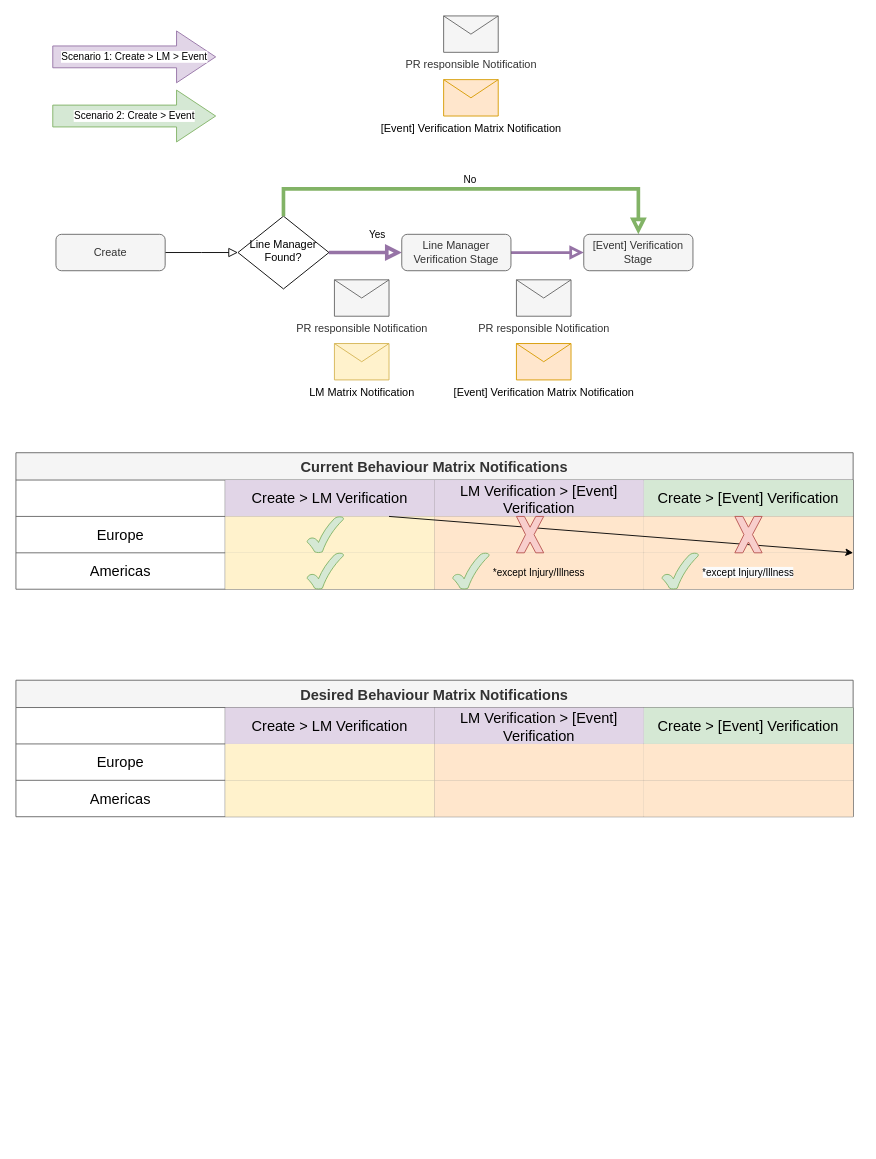
This is Event_management_matrix_notifications.drawio from MassiveSnake/draw_io_flowcharts, a draw.io file, before an edit. Source tidied: cells renumbered, new cells numbered last; positions are measured from the earlier drawing's top-left corner, leaving out a move shared by most shapes. Both pictures are drawn from the tidied source at 91%, with x=0, y=0 at pixel (15, 15).
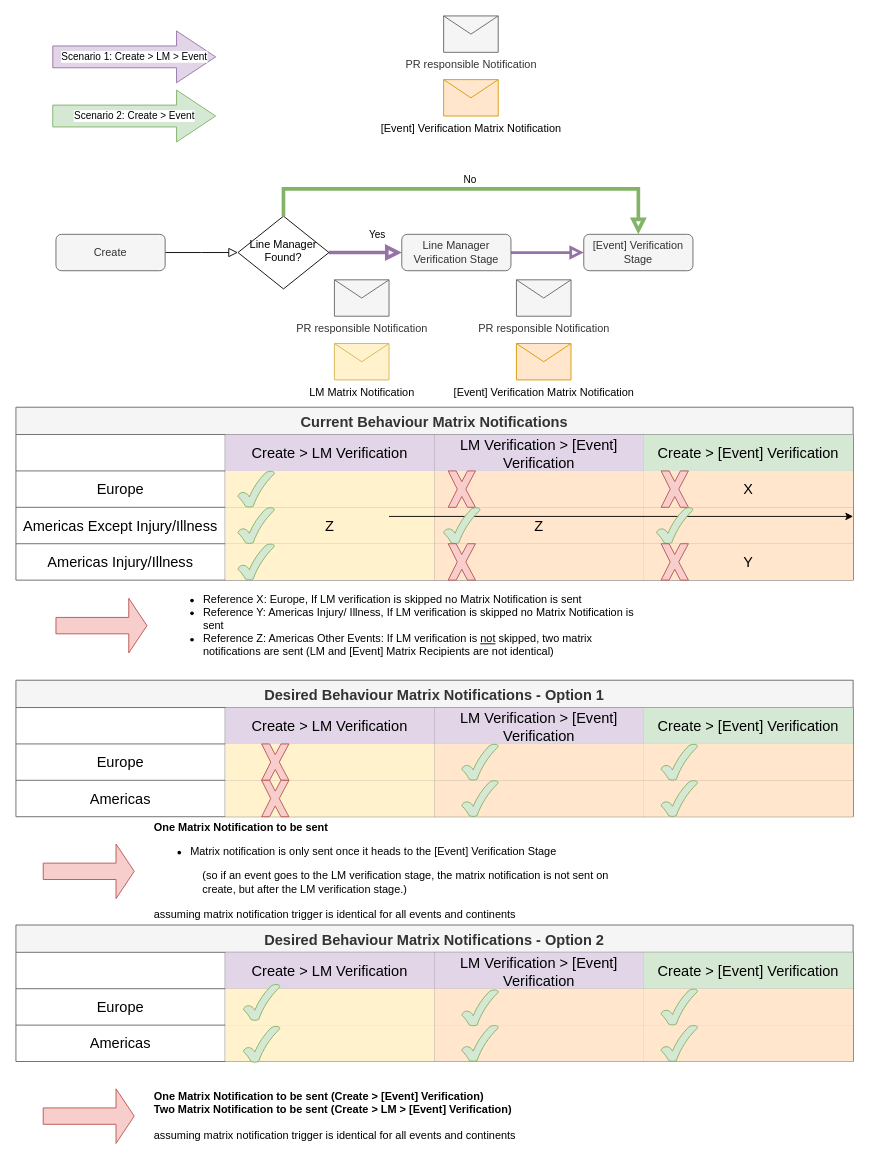
The same page after the edit.

The change refers to these unchanged cells:
```xml
<mxCell id="22" style="shape=tableRow;horizontal=0;startSize=0;swimlaneHead=0;swimlaneBody=0;strokeColor=inherit;top=0;left=0;bottom=0;right=0;fillColor=none;fontSize=16;" parent="16" vertex="1">
  <mxGeometry y="70" width="920" height="40" as="geometry" />
</mxCell>
<mxCell id="27" style="shape=tableRow;horizontal=0;startSize=0;swimlaneHead=0;swimlaneBody=0;strokeColor=inherit;top=0;left=0;bottom=0;right=0;fillColor=none;fontSize=16;" parent="16" vertex="1">
  <mxGeometry y="110" width="920" height="40" as="geometry" />
</mxCell>
```

What changed in the source:
```diff
@@
     <mxCell id="16" value="Current Behaviour Matrix Notifications" style="shape=table;startSize=30;childLayout=tableLayout;strokeColor=#666666;fontSize=16;fillColor=#f5f5f5;fontColor=#333333;fontStyle=1;" parent="1" vertex="1">
-      <mxGeometry y="480" width="920" height="150" as="geometry" />
+      <mxGeometry y="430" width="920" height="190" as="geometry" />
     </mxCell>
@@
-    <mxCell id="26" style="shape=partialRectangle;html=1;whiteSpace=wrap;strokeColor=#d79b00;overflow=hidden;fillColor=#ffe6cc;top=0;left=0;bottom=0;right=0;fontSize=16;" parent="22" vertex="1">
+    <mxCell id="26" value="X" style="shape=partialRectangle;html=1;whiteSpace=wrap;strokeColor=#d79b00;overflow=hidden;fillColor=#ffe6cc;top=0;left=0;bottom=0;right=0;fontSize=16;" parent="22" vertex="1">
       <mxGeometry x="690" width="230" height="40" as="geometry" />
     </mxCell>
@@
-    <mxCell id="28" value="Americas" style="shape=partialRectangle;html=1;whiteSpace=wrap;strokeColor=inherit;overflow=hidden;fillColor=none;top=0;left=0;bottom=0;right=0;fontSize=16;" parent="27" vertex="1">
+    <mxCell id="28" value="Americas Except Injury/Illness" style="shape=partialRectangle;html=1;whiteSpace=wrap;strokeColor=inherit;overflow=hidden;fillColor=none;top=0;left=0;bottom=0;right=0;fontSize=16;" parent="27" vertex="1">
       <mxGeometry width="230" height="40" as="geometry" />
     </mxCell>
-    <mxCell id="29" style="shape=partialRectangle;html=1;whiteSpace=wrap;strokeColor=#d6b656;overflow=hidden;fillColor=#fff2cc;top=0;left=0;bottom=0;right=0;fontSize=16;" parent="27" vertex="1">
+    <mxCell id="29" value="Z" style="shape=partialRectangle;html=1;whiteSpace=wrap;strokeColor=#d6b656;overflow=hidden;fillColor=#fff2cc;top=0;left=0;bottom=0;right=0;fontSize=16;" parent="27" vertex="1">
       <mxGeometry x="230" width="230" height="40" as="geometry" />
     </mxCell>
-    <mxCell id="30" value="&lt;font style=&quot;font-size: 11px;&quot;&gt;*except Injury/Illness&lt;/font&gt;" style="shape=partialRectangle;html=1;whiteSpace=wrap;strokeColor=#d79b00;overflow=hidden;fillColor=#ffe6cc;top=0;left=0;bottom=0;right=0;fontSize=16;" parent="27" vertex="1">
+    <mxCell id="30" value="Z" style="shape=partialRectangle;html=1;whiteSpace=wrap;strokeColor=#d79b00;overflow=hidden;fillColor=#ffe6cc;top=0;left=0;bottom=0;right=0;fontSize=16;" parent="27" vertex="1">
       <mxGeometry x="460" width="230" height="40" as="geometry" />
     </mxCell>
-    <mxCell id="31" value="&lt;span style=&quot;color: rgb(0, 0, 0); font-family: Helvetica; font-size: 11px; font-style: normal; font-variant-ligatures: normal; font-variant-caps: normal; font-weight: 400; letter-spacing: normal; orphans: 2; text-align: center; text-indent: 0px; text-transform: none; widows: 2; word-spacing: 0px; -webkit-text-stroke-width: 0px; background-color: rgb(251, 251, 251); text-decoration-thickness: initial; text-decoration-style: initial; text-decoration-color: initial; float: none; display: inline !important;&quot;&gt;*except Injury/Illness&lt;/span&gt;" style="shape=partialRectangle;html=1;whiteSpace=wrap;strokeColor=#d79b00;overflow=hidden;fillColor=#ffe6cc;top=0;left=0;bottom=0;right=0;fontSize=16;" parent="27" vertex="1">
+    <mxCell id="31" style="shape=partialRectangle;html=1;whiteSpace=wrap;strokeColor=#d79b00;overflow=hidden;fillColor=#ffe6cc;top=0;left=0;bottom=0;right=0;fontSize=16;" parent="27" vertex="1">
       <mxGeometry x="690" width="230" height="40" as="geometry" />
     </mxCell>
@@
+    <mxCell id="60" style="shape=tableRow;horizontal=0;startSize=0;swimlaneHead=0;swimlaneBody=0;strokeColor=inherit;top=0;left=0;bottom=0;right=0;fillColor=none;fontSize=16;" parent="16" vertex="1">
+      <mxGeometry y="150" width="920" height="40" as="geometry" />
+    </mxCell>
+    <mxCell id="61" value="Americas Injury/Illness" style="shape=partialRectangle;html=1;whiteSpace=wrap;strokeColor=inherit;overflow=hidden;fillColor=none;top=0;left=0;bottom=0;right=0;fontSize=16;" parent="60" vertex="1">
+      <mxGeometry width="230" height="40" as="geometry" />
+    </mxCell>
+    <mxCell id="62" style="shape=partialRectangle;html=1;whiteSpace=wrap;strokeColor=#d6b656;overflow=hidden;fillColor=#fff2cc;top=0;left=0;bottom=0;right=0;fontSize=16;" parent="60" vertex="1">
+      <mxGeometry x="230" width="230" height="40" as="geometry" />
+    </mxCell>
+    <mxCell id="63" style="shape=partialRectangle;html=1;whiteSpace=wrap;strokeColor=#d79b00;overflow=hidden;fillColor=#ffe6cc;top=0;left=0;bottom=0;right=0;fontSize=16;" parent="60" vertex="1">
+      <mxGeometry x="460" width="230" height="40" as="geometry" />
+    </mxCell>
+    <mxCell id="64" value="Y" style="shape=partialRectangle;html=1;whiteSpace=wrap;strokeColor=#d79b00;overflow=hidden;fillColor=#ffe6cc;top=0;left=0;bottom=0;right=0;fontSize=16;" parent="60" vertex="1">
+      <mxGeometry x="690" width="230" height="40" as="geometry" />
+    </mxCell>
+    <mxCell id="65" style="verticalLabelPosition=bottom;verticalAlign=top;html=1;shape=mxgraph.basic.tick;" parent="60" vertex="1">
+      <mxGeometry x="920" height="40" as="geometry" />
+    </mxCell>
@@
     <mxCell id="34" style="verticalLabelPosition=bottom;verticalAlign=top;html=1;shape=mxgraph.basic.tick;fillColor=#d5e8d4;strokeColor=#82b366;" parent="1" vertex="1">
-      <mxGeometry x="320" y="550" width="40" height="40" as="geometry" />
+      <mxGeometry x="244" y="500" width="40" height="40" as="geometry" />
     </mxCell>
     <mxCell id="35" style="verticalLabelPosition=bottom;verticalAlign=top;html=1;shape=mxgraph.basic.x;fillColor=#f8cecc;strokeColor=#b85450;" parent="1" vertex="1">
-      <mxGeometry x="550" y="550" width="30" height="40" as="geometry" />
+      <mxGeometry x="475" y="500" width="30" height="40" as="geometry" />
     </mxCell>
     <mxCell id="36" style="verticalLabelPosition=bottom;verticalAlign=top;html=1;shape=mxgraph.basic.x;fillColor=#f8cecc;strokeColor=#b85450;" parent="1" vertex="1">
-      <mxGeometry x="790" y="550" width="30" height="40" as="geometry" />
+      <mxGeometry x="709" y="500" width="30" height="40" as="geometry" />
     </mxCell>
     <mxCell id="37" style="verticalLabelPosition=bottom;verticalAlign=top;html=1;shape=mxgraph.basic.tick;fillColor=#d5e8d4;strokeColor=#82b366;" parent="1" vertex="1">
-      <mxGeometry x="320" y="590" width="40" height="40" as="geometry" />
+      <mxGeometry x="244" y="540" width="40" height="40" as="geometry" />
     </mxCell>
     <mxCell id="38" style="verticalLabelPosition=bottom;verticalAlign=top;html=1;shape=mxgraph.basic.tick;fillColor=#d5e8d4;strokeColor=#82b366;" parent="1" vertex="1">
-      <mxGeometry x="480" y="590" width="40" height="40" as="geometry" />
+      <mxGeometry x="470" y="540" width="40" height="40" as="geometry" />
     </mxCell>
     <mxCell id="39" style="verticalLabelPosition=bottom;verticalAlign=top;html=1;shape=mxgraph.basic.tick;fillColor=#d5e8d4;strokeColor=#82b366;" parent="1" vertex="1">
-      <mxGeometry x="710" y="590" width="40" height="40" as="geometry" />
+      <mxGeometry x="704" y="540" width="40" height="40" as="geometry" />
     </mxCell>
@@
-    <mxCell id="43" value="Desired Behaviour Matrix Notifications" style="shape=table;startSize=30;childLayout=tableLayout;strokeColor=#666666;fontSize=16;fillColor=#f5f5f5;fontColor=#333333;fontStyle=1;" parent="1" vertex="1">
+    <mxCell id="43" value="Desired Behaviour Matrix Notifications - Option 1" style="shape=table;startSize=30;childLayout=tableLayout;strokeColor=#666666;fontSize=16;fillColor=#f5f5f5;fontColor=#333333;fontStyle=1;" parent="1" vertex="1">
       <mxGeometry y="730" width="920" height="150" as="geometry" />
     </mxCell>
@@
+    <mxCell id="66" style="shape=singleArrow;whiteSpace=wrap;html=1;fillColor=#f8cecc;strokeColor=#b85450;" parent="1" vertex="1">
+      <mxGeometry x="44" y="640" width="100" height="60" as="geometry" />
+    </mxCell>
+    <mxCell id="67" value="&lt;ul&gt;&lt;li&gt;Reference X: Europe, If LM verification is skipped no Matrix Notification is sent&lt;/li&gt;&lt;li&gt;Reference Y: Americas Injury/ Illness, If LM verification is skipped no Matrix Notification is sent&lt;/li&gt;&lt;li&gt;Reference Z: Americas Other Events: If LM verification is &lt;u&gt;not&lt;/u&gt;&amp;nbsp;skipped, two matrix notifications are sent (LM and [Event] Matrix Recipients are not identical)&lt;/li&gt;&lt;/ul&gt;" style="text;strokeColor=none;align=left;fillColor=none;html=1;verticalAlign=middle;whiteSpace=wrap;rounded=0;" parent="1" vertex="1">
+      <mxGeometry x="164" y="640" width="530" height="60" as="geometry" />
+    </mxCell>
+    <mxCell id="68" style="verticalLabelPosition=bottom;verticalAlign=top;html=1;shape=mxgraph.basic.tick;fillColor=#d5e8d4;strokeColor=#82b366;" parent="1" vertex="1">
+      <mxGeometry x="244" y="580" width="40" height="40" as="geometry" />
+    </mxCell>
+    <mxCell id="69" style="verticalLabelPosition=bottom;verticalAlign=top;html=1;shape=mxgraph.basic.x;fillColor=#f8cecc;strokeColor=#b85450;" parent="1" vertex="1">
+      <mxGeometry x="475" y="580" width="30" height="40" as="geometry" />
+    </mxCell>
+    <mxCell id="70" style="verticalLabelPosition=bottom;verticalAlign=top;html=1;shape=mxgraph.basic.x;fillColor=#f8cecc;strokeColor=#b85450;" parent="1" vertex="1">
+      <mxGeometry x="709" y="580" width="30" height="40" as="geometry" />
+    </mxCell>
+    <mxCell id="71" style="verticalLabelPosition=bottom;verticalAlign=top;html=1;shape=mxgraph.basic.tick;fillColor=#d5e8d4;strokeColor=#82b366;" parent="1" vertex="1">
+      <mxGeometry x="709" y="800" width="40" height="40" as="geometry" />
+    </mxCell>
+    <mxCell id="72" style="verticalLabelPosition=bottom;verticalAlign=top;html=1;shape=mxgraph.basic.tick;fillColor=#d5e8d4;strokeColor=#82b366;" parent="1" vertex="1">
+      <mxGeometry x="709" y="840" width="40" height="40" as="geometry" />
+    </mxCell>
+    <mxCell id="73" style="verticalLabelPosition=bottom;verticalAlign=top;html=1;shape=mxgraph.basic.tick;fillColor=#d5e8d4;strokeColor=#82b366;" parent="1" vertex="1">
+      <mxGeometry x="490" y="840" width="40" height="40" as="geometry" />
+    </mxCell>
+    <mxCell id="74" style="verticalLabelPosition=bottom;verticalAlign=top;html=1;shape=mxgraph.basic.tick;fillColor=#d5e8d4;strokeColor=#82b366;" parent="1" vertex="1">
+      <mxGeometry x="490" y="800" width="40" height="40" as="geometry" />
+    </mxCell>
+    <mxCell id="75" style="verticalLabelPosition=bottom;verticalAlign=top;html=1;shape=mxgraph.basic.x;fillColor=#f8cecc;strokeColor=#b85450;" parent="1" vertex="1">
+      <mxGeometry x="270" y="800" width="30" height="40" as="geometry" />
+    </mxCell>
+    <mxCell id="76" style="verticalLabelPosition=bottom;verticalAlign=top;html=1;shape=mxgraph.basic.x;fillColor=#f8cecc;strokeColor=#b85450;" parent="1" vertex="1">
+      <mxGeometry x="270" y="840" width="30" height="40" as="geometry" />
+    </mxCell>
+    <mxCell id="77" style="shape=singleArrow;whiteSpace=wrap;html=1;fillColor=#f8cecc;strokeColor=#b85450;" parent="1" vertex="1">
+      <mxGeometry x="30" y="910" width="100" height="60" as="geometry" />
+    </mxCell>
+    <mxCell id="78" value="&lt;div&gt;&lt;b&gt;One Matrix Notification to be sent&amp;nbsp;&lt;/b&gt;&lt;/div&gt;&lt;ul&gt;&lt;li&gt;Matrix notification is only sent once it heads to the [Event] Verification Stage&lt;/li&gt;&lt;/ul&gt;&lt;span style=&quot;white-space: pre;&quot;&gt;&#9;&lt;/span&gt;&lt;span style=&quot;white-space: pre;&quot;&gt;&#9;&lt;/span&gt;(so if an event goes to the LM verification stage, the matrix notification is not sent on &lt;span style=&quot;white-space: pre;&quot;&gt;&#9;&lt;/span&gt;&lt;span style=&quot;white-space: pre;&quot;&gt;&#9;&lt;/span&gt;create, but after the LM verification stage.)&lt;br&gt;&lt;br&gt;assuming matrix notification trigger is identical for all events and continents" style="text;strokeColor=none;align=left;fillColor=none;html=1;verticalAlign=middle;whiteSpace=wrap;rounded=0;" parent="1" vertex="1">
+      <mxGeometry x="150" y="910" width="530" height="60" as="geometry" />
+    </mxCell>
+    <mxCell id="79" value="Desired Behaviour Matrix Notifications - Option 2" style="shape=table;startSize=30;childLayout=tableLayout;strokeColor=#666666;fontSize=16;fillColor=#f5f5f5;fontColor=#333333;fontStyle=1;" parent="1" vertex="1">
+      <mxGeometry y="999" width="920" height="150" as="geometry" />
+    </mxCell>
+    <mxCell id="80" style="shape=tableRow;horizontal=0;startSize=0;swimlaneHead=0;swimlaneBody=0;strokeColor=inherit;top=0;left=0;bottom=0;right=0;fillColor=none;fontSize=16;" parent="79" vertex="1">
+      <mxGeometry y="30" width="920" height="40" as="geometry" />
+    </mxCell>
+    <mxCell id="81" style="shape=partialRectangle;html=1;whiteSpace=wrap;strokeColor=inherit;overflow=hidden;fillColor=none;top=0;left=0;bottom=0;right=0;fontSize=16;fontStyle=1;" parent="80" vertex="1">
+      <mxGeometry width="230" height="40" as="geometry" />
+    </mxCell>
+    <mxCell id="82" value="Create &amp;gt; LM Verification" style="shape=partialRectangle;html=1;whiteSpace=wrap;strokeColor=#9673a6;overflow=hidden;fillColor=#e1d5e7;top=0;left=0;bottom=0;right=0;fontSize=16;" parent="80" vertex="1">
+      <mxGeometry x="230" width="230" height="40" as="geometry" />
+    </mxCell>
+    <mxCell id="83" value="LM Verification &amp;gt; [Event] Verification" style="shape=partialRectangle;html=1;whiteSpace=wrap;strokeColor=#9673a6;overflow=hidden;fillColor=#e1d5e7;top=0;left=0;bottom=0;right=0;fontSize=16;" parent="80" vertex="1">
+      <mxGeometry x="460" width="230" height="40" as="geometry" />
+    </mxCell>
+    <mxCell id="84" value="Create &amp;gt; [Event] Verification" style="shape=partialRectangle;html=1;whiteSpace=wrap;strokeColor=#82b366;overflow=hidden;fillColor=#d5e8d4;top=0;left=0;bottom=0;right=0;fontSize=16;" parent="80" vertex="1">
+      <mxGeometry x="690" width="230" height="40" as="geometry" />
+    </mxCell>
+    <mxCell id="85" style="shape=tableRow;horizontal=0;startSize=0;swimlaneHead=0;swimlaneBody=0;strokeColor=inherit;top=0;left=0;bottom=0;right=0;fillColor=none;fontSize=16;" parent="79" vertex="1">
+      <mxGeometry y="70" width="920" height="40" as="geometry" />
+    </mxCell>
+    <mxCell id="86" value="Europe" style="shape=partialRectangle;html=1;whiteSpace=wrap;strokeColor=inherit;overflow=hidden;fillColor=none;top=0;left=0;bottom=0;right=0;fontSize=16;" parent="85" vertex="1">
+      <mxGeometry width="230" height="40" as="geometry" />
+    </mxCell>
+    <mxCell id="87" style="shape=partialRectangle;html=1;whiteSpace=wrap;strokeColor=#d6b656;overflow=hidden;fillColor=#fff2cc;top=0;left=0;bottom=0;right=0;fontSize=16;" parent="85" vertex="1">
+      <mxGeometry x="230" width="230" height="40" as="geometry" />
+    </mxCell>
+    <mxCell id="88" style="shape=partialRectangle;html=1;whiteSpace=wrap;strokeColor=#d79b00;overflow=hidden;fillColor=#ffe6cc;top=0;left=0;bottom=0;right=0;fontSize=16;" parent="85" vertex="1">
+      <mxGeometry x="460" width="230" height="40" as="geometry" />
+    </mxCell>
+    <mxCell id="89" style="shape=partialRectangle;html=1;whiteSpace=wrap;strokeColor=#d79b00;overflow=hidden;fillColor=#ffe6cc;top=0;left=0;bottom=0;right=0;fontSize=16;" parent="85" vertex="1">
+      <mxGeometry x="690" width="230" height="40" as="geometry" />
+    </mxCell>
+    <mxCell id="90" style="shape=tableRow;horizontal=0;startSize=0;swimlaneHead=0;swimlaneBody=0;strokeColor=inherit;top=0;left=0;bottom=0;right=0;fillColor=none;fontSize=16;" parent="79" vertex="1">
+      <mxGeometry y="110" width="920" height="40" as="geometry" />
+    </mxCell>
+    <mxCell id="91" value="Americas" style="shape=partialRectangle;html=1;whiteSpace=wrap;strokeColor=inherit;overflow=hidden;fillColor=none;top=0;left=0;bottom=0;right=0;fontSize=16;" parent="90" vertex="1">
+      <mxGeometry width="230" height="40" as="geometry" />
+    </mxCell>
+    <mxCell id="92" style="shape=partialRectangle;html=1;whiteSpace=wrap;strokeColor=#d6b656;overflow=hidden;fillColor=#fff2cc;top=0;left=0;bottom=0;right=0;fontSize=16;" parent="90" vertex="1">
+      <mxGeometry x="230" width="230" height="40" as="geometry" />
+    </mxCell>
+    <mxCell id="93" style="shape=partialRectangle;html=1;whiteSpace=wrap;strokeColor=#d79b00;overflow=hidden;fillColor=#ffe6cc;top=0;left=0;bottom=0;right=0;fontSize=16;" parent="90" vertex="1">
+      <mxGeometry x="460" width="230" height="40" as="geometry" />
+    </mxCell>
+    <mxCell id="94" style="shape=partialRectangle;html=1;whiteSpace=wrap;strokeColor=#d79b00;overflow=hidden;fillColor=#ffe6cc;top=0;left=0;bottom=0;right=0;fontSize=16;" parent="90" vertex="1">
+      <mxGeometry x="690" width="230" height="40" as="geometry" />
+    </mxCell>
+    <mxCell id="95" style="verticalLabelPosition=bottom;verticalAlign=top;html=1;shape=mxgraph.basic.tick;" parent="90" vertex="1">
+      <mxGeometry x="920" height="40" as="geometry" />
+    </mxCell>
+    <mxCell id="96" style="verticalLabelPosition=bottom;verticalAlign=top;html=1;shape=mxgraph.basic.tick;fillColor=#d5e8d4;strokeColor=#82b366;" parent="1" vertex="1">
+      <mxGeometry x="709" y="1069" width="40" height="40" as="geometry" />
+    </mxCell>
+    <mxCell id="97" style="verticalLabelPosition=bottom;verticalAlign=top;html=1;shape=mxgraph.basic.tick;fillColor=#d5e8d4;strokeColor=#82b366;" parent="1" vertex="1">
+      <mxGeometry x="709" y="1109" width="40" height="40" as="geometry" />
+    </mxCell>
+    <mxCell id="98" style="verticalLabelPosition=bottom;verticalAlign=top;html=1;shape=mxgraph.basic.tick;fillColor=#d5e8d4;strokeColor=#82b366;" parent="1" vertex="1">
+      <mxGeometry x="490" y="1109" width="40" height="40" as="geometry" />
+    </mxCell>
+    <mxCell id="99" style="verticalLabelPosition=bottom;verticalAlign=top;html=1;shape=mxgraph.basic.tick;fillColor=#d5e8d4;strokeColor=#82b366;" parent="1" vertex="1">
+      <mxGeometry x="250" y="1064" width="40" height="40" as="geometry" />
+    </mxCell>
+    <mxCell id="100" style="shape=singleArrow;whiteSpace=wrap;html=1;fillColor=#f8cecc;strokeColor=#b85450;" parent="1" vertex="1">
+      <mxGeometry x="30" y="1179" width="100" height="60" as="geometry" />
+    </mxCell>
+    <mxCell id="101" value="&lt;div&gt;&lt;b&gt;One Matrix Notification to be sent (Create &amp;gt; [Event] Verification)&lt;/b&gt;&lt;/div&gt;&lt;div&gt;&lt;b&gt;Two Matrix Notification to be sent (Create &amp;gt; LM &amp;gt; [Event] Verification)&lt;/b&gt;&lt;/div&gt;&lt;div&gt;&lt;b&gt;&lt;br&gt;&lt;/b&gt;&lt;/div&gt;&lt;div&gt;assuming matrix notification trigger is identical for all events and continents&lt;b&gt;&lt;br&gt;&lt;/b&gt;&lt;/div&gt;" style="text;strokeColor=none;align=left;fillColor=none;html=1;verticalAlign=middle;whiteSpace=wrap;rounded=0;" parent="1" vertex="1">
+      <mxGeometry x="150" y="1179" width="530" height="60" as="geometry" />
+    </mxCell>
+    <mxCell id="102" style="verticalLabelPosition=bottom;verticalAlign=top;html=1;shape=mxgraph.basic.tick;fillColor=#d5e8d4;strokeColor=#82b366;" parent="1" vertex="1">
+      <mxGeometry x="250" y="1110" width="40" height="40" as="geometry" />
+    </mxCell>
+    <mxCell id="103" style="verticalLabelPosition=bottom;verticalAlign=top;html=1;shape=mxgraph.basic.tick;fillColor=#d5e8d4;strokeColor=#82b366;" parent="1" vertex="1">
+      <mxGeometry x="490" y="1070" width="40" height="40" as="geometry" />
+    </mxCell>
```
